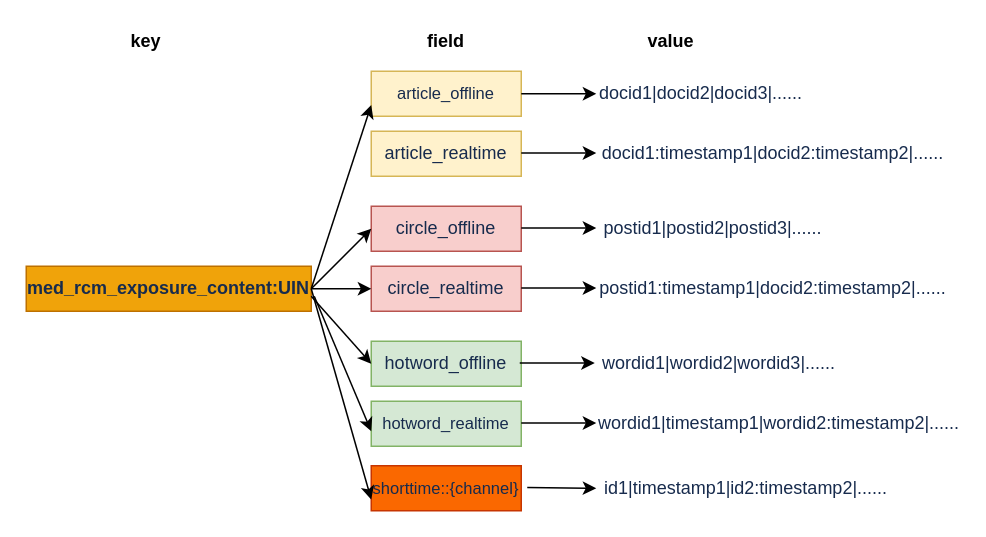
checkking/diagrams keeps this draw.io diagram as exposure_redis_hash.drawio. Above is the earlier version. Source tidied: cells renumbered, new cells numbered last; positions are measured from the earlier drawing's top-left corner, leaving out a move shared by most shapes. Both pictures are drawn from the tidied source at 150%, with x=0, y=0 at pixel (26, 26).
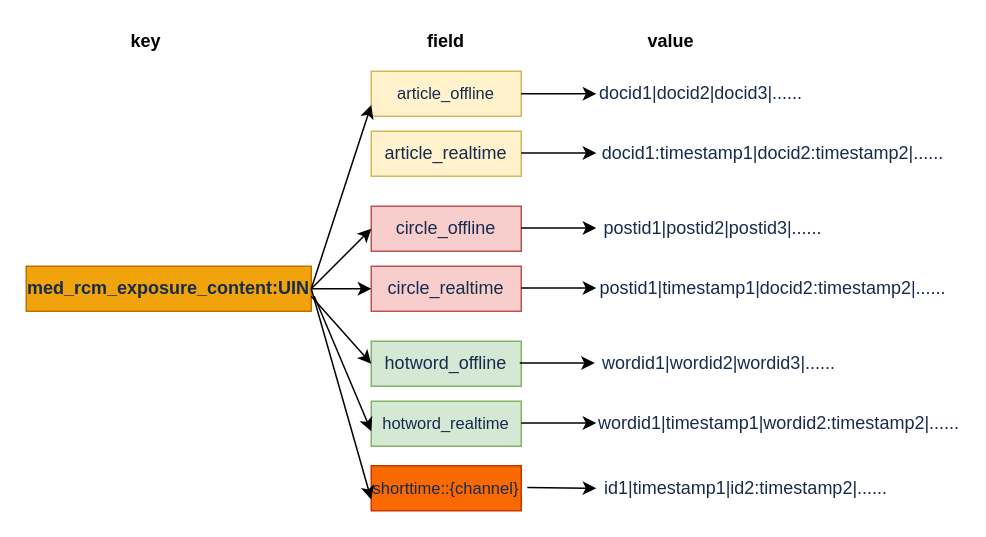
Above is the later version.

Diff of the diagram source:
```diff
@@
-    <mxCell id="17" value="&lt;span style=&quot;color: rgb(23 , 43 , 77) ; text-align: left ; background-color: rgb(255 , 255 , 255)&quot;&gt;postid1:timestamp1|docid2:timestamp2|......&lt;/span&gt;" style="text;html=1;strokeColor=none;fillColor=none;align=center;verticalAlign=middle;whiteSpace=wrap;rounded=0;" parent="1" vertex="1">
+    <mxCell id="17" value="&lt;span style=&quot;color: rgb(23 , 43 , 77) ; text-align: left ; background-color: rgb(255 , 255 , 255)&quot;&gt;postid1|timestamp1|docid2:timestamp2|......&lt;/span&gt;" style="text;html=1;strokeColor=none;fillColor=none;align=center;verticalAlign=middle;whiteSpace=wrap;rounded=0;" parent="1" vertex="1">
       <mxGeometry x="478" y="165" width="40" height="20" as="geometry" />
     </mxCell>
```
